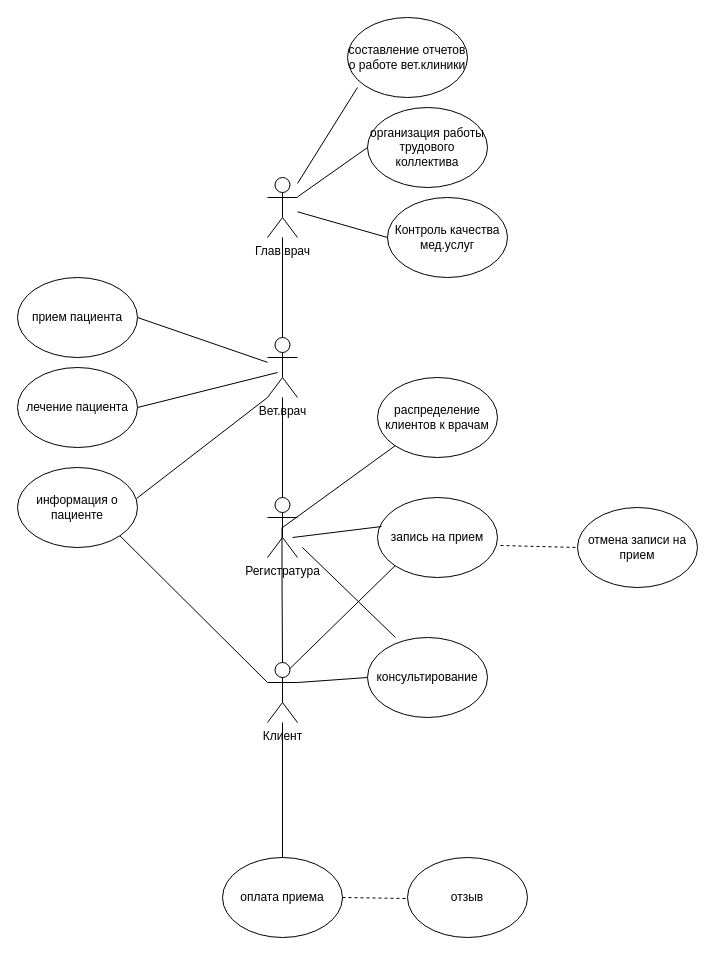
This is вет.клиника.drawio from Aven34/Vet_clinic, a draw.io file, before an edit. Source tidied: cells renumbered, new cells numbered last; positions are measured from the earlier drawing's top-left corner, leaving out a move shared by most shapes. Both pictures are drawn from the tidied source at 100%, with x=0, y=0 at pixel (17, 17).
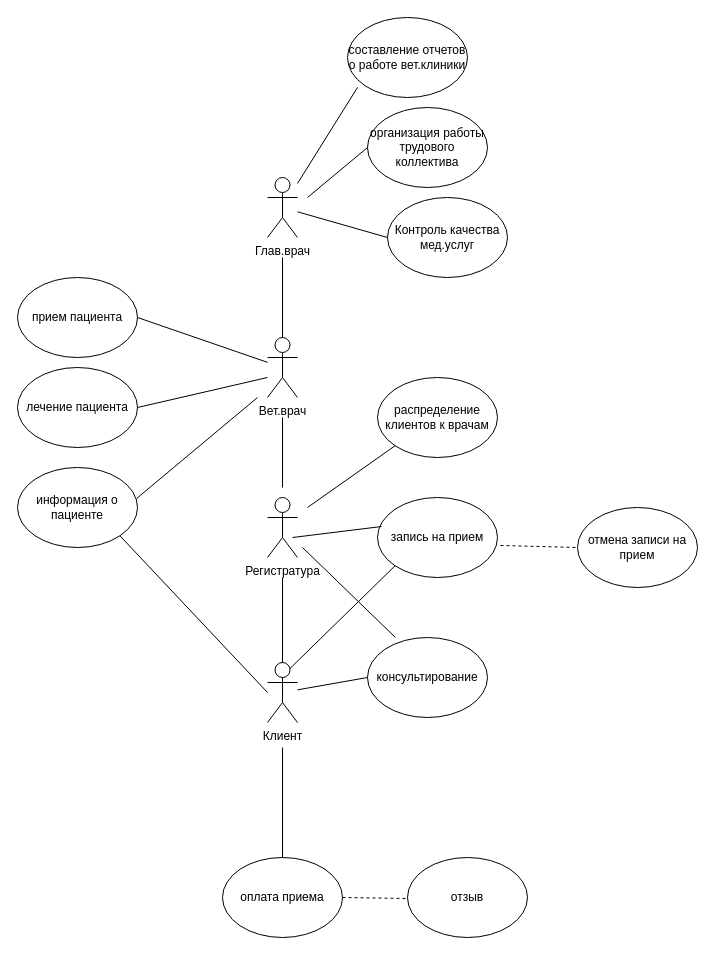
Above is the later version.

Unchanged cells that the change refers to:
```xml
<mxCell id="2" value="Глав.врач" style="shape=umlActor;verticalLabelPosition=bottom;verticalAlign=top;html=1;outlineConnect=0;" parent="1" vertex="1">
  <mxGeometry x="250" y="160" width="30" height="60" as="geometry" />
</mxCell>
<mxCell id="3" value="Вет.врач" style="shape=umlActor;verticalLabelPosition=bottom;verticalAlign=top;html=1;outlineConnect=0;" parent="1" vertex="1">
  <mxGeometry x="250" y="320" width="30" height="60" as="geometry" />
</mxCell>
<mxCell id="4" value="Регистратура" style="shape=umlActor;verticalLabelPosition=bottom;verticalAlign=top;html=1;outlineConnect=0;" parent="1" vertex="1">
  <mxGeometry x="250" y="480" width="30" height="60" as="geometry" />
</mxCell>
<mxCell id="5" value="Клиент&lt;br&gt;" style="shape=umlActor;verticalLabelPosition=bottom;verticalAlign=top;html=1;outlineConnect=0;" parent="1" vertex="1">
  <mxGeometry x="250" y="645" width="30" height="60" as="geometry" />
</mxCell>
<mxCell id="11" value="организация работы трудового коллектива" style="ellipse;whiteSpace=wrap;html=1;" parent="1" vertex="1">
  <mxGeometry x="350" y="90" width="120" height="80" as="geometry" />
</mxCell>
<mxCell id="16" value="лечение пациента" style="ellipse;whiteSpace=wrap;html=1;" parent="1" vertex="1">
  <mxGeometry y="350" width="120" height="80" as="geometry" />
</mxCell>
<mxCell id="17" value="информация о пациенте" style="ellipse;whiteSpace=wrap;html=1;" parent="1" vertex="1">
  <mxGeometry y="450" width="120" height="80" as="geometry" />
</mxCell>
<mxCell id="22" value="распределение клиентов к врачам" style="ellipse;whiteSpace=wrap;html=1;" parent="1" vertex="1">
  <mxGeometry x="360" y="360" width="120" height="80" as="geometry" />
</mxCell>
<mxCell id="24" value="консультирование" style="ellipse;whiteSpace=wrap;html=1;" parent="1" vertex="1">
  <mxGeometry x="350" y="620" width="120" height="80" as="geometry" />
</mxCell>
<mxCell id="32" value="оплата приема" style="ellipse;whiteSpace=wrap;html=1;" parent="1" vertex="1">
  <mxGeometry x="205" y="840" width="120" height="80" as="geometry" />
</mxCell>
```

Diff of the diagram source:
```diff
@@
-    <mxCell id="6" style="endArrow=none;html=1;rounded=0;exitX=0.5;exitY=0;exitDx=0;exitDy=0;exitPerimeter=0;" parent="1" edge="1" source="4" target="3">
-      <mxGeometry relative="1" as="geometry" />
+    <mxCell id="6" style="endArrow=none;html=1;rounded=0;" parent="1" edge="1">
+      <mxGeometry relative="1" as="geometry">
+        <mxPoint x="265" y="470" as="sourcePoint" />
+        <mxPoint x="265" y="400" as="targetPoint" />
+      </mxGeometry>
     </mxCell>
     <mxCell id="7" style="endArrow=none;html=1;rounded=0;exitX=0.5;exitY=0;exitDx=0;exitDy=0;exitPerimeter=0;" parent="1" edge="1" source="5">
       <mxGeometry relative="1" as="geometry">
-        <mxPoint x="264.5" y="510" as="targetPoint" />
-        <Array as="points">
-          <mxPoint x="264.5" y="560" />
-        </Array>
+        <mxPoint x="265" y="560" as="targetPoint" />
       </mxGeometry>
     </mxCell>
-    <mxCell id="8" style="endArrow=none;html=1;rounded=0;exitX=0.5;exitY=0;exitDx=0;exitDy=0;exitPerimeter=0;" parent="1" edge="1" source="3" target="2">
-      <mxGeometry relative="1" as="geometry" />
+    <mxCell id="8" style="endArrow=none;html=1;rounded=0;exitX=0.5;exitY=0;exitDx=0;exitDy=0;exitPerimeter=0;" parent="1" edge="1" source="3">
+      <mxGeometry relative="1" as="geometry">
+        <mxPoint x="265" y="240" as="targetPoint" />
+      </mxGeometry>
     </mxCell>
@@
-    <mxCell id="13" style="endArrow=none;html=1;rounded=0;exitX=0;exitY=0.5;exitDx=0;exitDy=0;" parent="1" edge="1" source="11" target="2">
-      <mxGeometry relative="1" as="geometry" />
+    <mxCell id="13" style="endArrow=none;html=1;rounded=0;exitX=0;exitY=0.5;exitDx=0;exitDy=0;" parent="1" edge="1" source="11">
+      <mxGeometry relative="1" as="geometry">
+        <mxPoint x="290" y="180" as="targetPoint" />
+      </mxGeometry>
     </mxCell>
@@
     <mxCell id="19" style="endArrow=none;html=1;rounded=0;entryX=1;entryY=0.5;entryDx=0;entryDy=0;" parent="1" edge="1" target="16">
       <mxGeometry relative="1" as="geometry">
-        <mxPoint x="260" y="355" as="sourcePoint" />
+        <mxPoint x="250" y="360" as="sourcePoint" />
       </mxGeometry>
     </mxCell>
-    <mxCell id="20" style="endArrow=none;html=1;rounded=0;entryX=0.992;entryY=0.388;entryDx=0;entryDy=0;entryPerimeter=0;exitX=0;exitY=1;exitDx=0;exitDy=0;exitPerimeter=0;" parent="1" edge="1" source="3" target="17">
-      <mxGeometry relative="1" as="geometry" />
+    <mxCell id="20" style="endArrow=none;html=1;rounded=0;entryX=0.992;entryY=0.388;entryDx=0;entryDy=0;entryPerimeter=0;" parent="1" edge="1" target="17">
+      <mxGeometry relative="1" as="geometry">
+        <mxPoint x="240" y="380" as="sourcePoint" />
+      </mxGeometry>
     </mxCell>
-    <mxCell id="21" style="endArrow=none;html=1;rounded=0;entryX=1;entryY=1;entryDx=0;entryDy=0;exitX=0;exitY=0.3333333333333333;exitDx=0;exitDy=0;exitPerimeter=0;" parent="1" edge="1" source="5" target="17">
-      <mxGeometry relative="1" as="geometry" />
+    <mxCell id="21" style="endArrow=none;html=1;rounded=0;entryX=1;entryY=1;entryDx=0;entryDy=0;" parent="1" edge="1" target="17">
+      <mxGeometry relative="1" as="geometry">
+        <mxPoint x="250" y="675" as="sourcePoint" />
+      </mxGeometry>
     </mxCell>
@@
-    <mxCell id="25" style="endArrow=none;html=1;rounded=0;exitX=0;exitY=1;exitDx=0;exitDy=0;entryX=0.5;entryY=0.5;entryDx=0;entryDy=0;entryPerimeter=0;" parent="1" edge="1" source="22" target="4">
-      <mxGeometry relative="1" as="geometry" />
+    <mxCell id="25" style="endArrow=none;html=1;rounded=0;exitX=0;exitY=1;exitDx=0;exitDy=0;" parent="1" edge="1" source="22">
+      <mxGeometry relative="1" as="geometry">
+        <mxPoint x="290" y="490" as="targetPoint" />
+      </mxGeometry>
     </mxCell>
@@
-    <mxCell id="28" style="endArrow=none;html=1;rounded=0;exitX=0;exitY=0.5;exitDx=0;exitDy=0;entryX=1;entryY=0.3333333333333333;entryDx=0;entryDy=0;entryPerimeter=0;" parent="1" edge="1" source="24" target="5">
+    <mxCell id="28" style="endArrow=none;html=1;rounded=0;exitX=0;exitY=0.5;exitDx=0;exitDy=0;" parent="1" edge="1" source="24" target="5">
       <mxGeometry relative="1" as="geometry" />
     </mxCell>
@@
-    <mxCell id="33" style="endArrow=none;html=1;rounded=0;exitX=0.5;exitY=0;exitDx=0;exitDy=0;" parent="1" edge="1" source="32" target="5">
-      <mxGeometry relative="1" as="geometry" />
+    <mxCell id="33" style="endArrow=none;html=1;rounded=0;exitX=0.5;exitY=0;exitDx=0;exitDy=0;" parent="1" edge="1" source="32">
+      <mxGeometry relative="1" as="geometry">
+        <mxPoint x="265" y="730" as="targetPoint" />
+      </mxGeometry>
     </mxCell>
```
